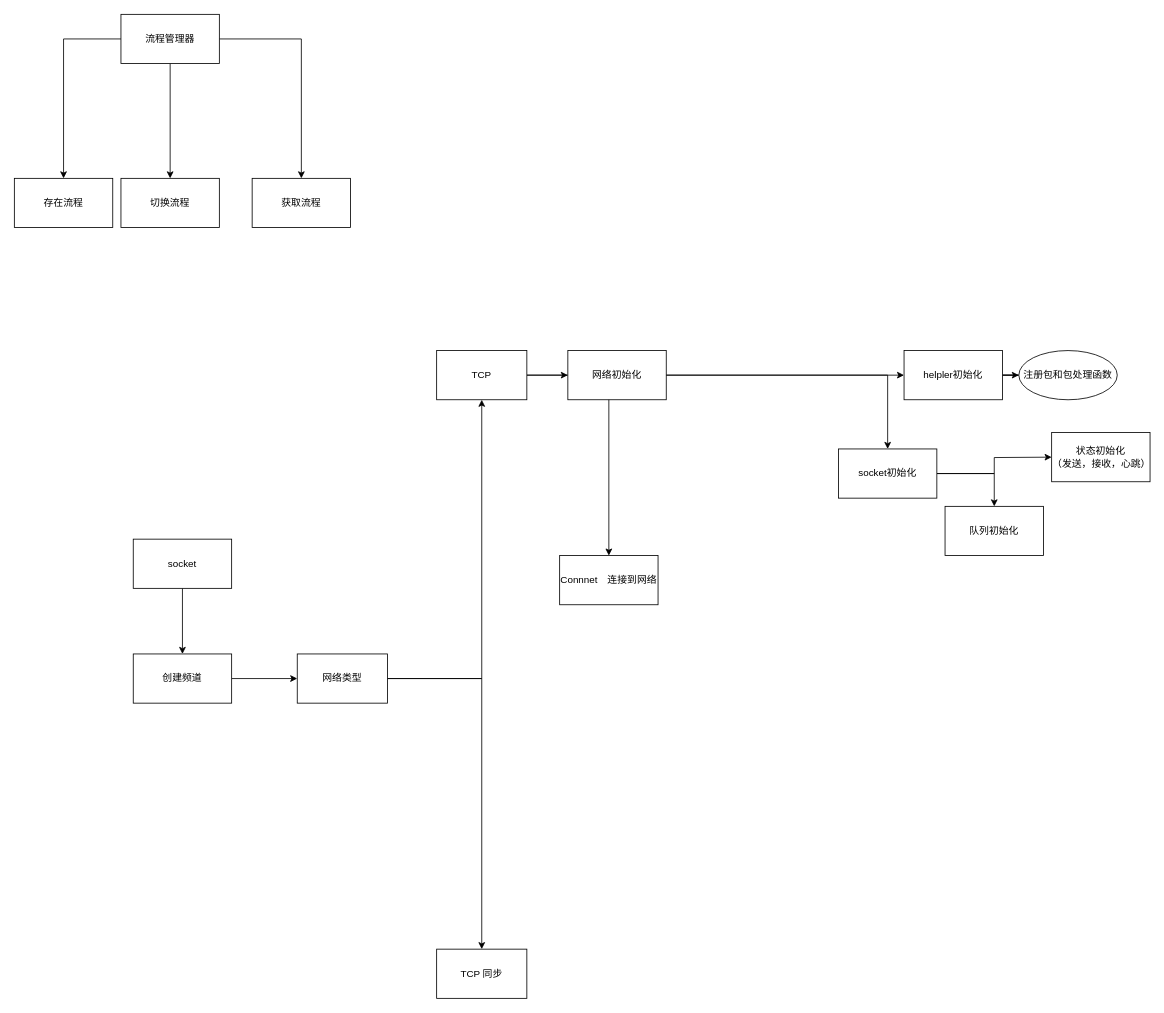
The draw.io diagram GameFramework/Untitled Diagram.drawio in xzp3094997376/DrawIO, before the edit. Source tidied: cells renumbered, new cells numbered last; positions are measured from the earlier drawing's top-left corner, leaving out a move shared by most shapes. Both pictures are drawn from the tidied source at 82%, with x=0, y=0 at pixel (14, 14).
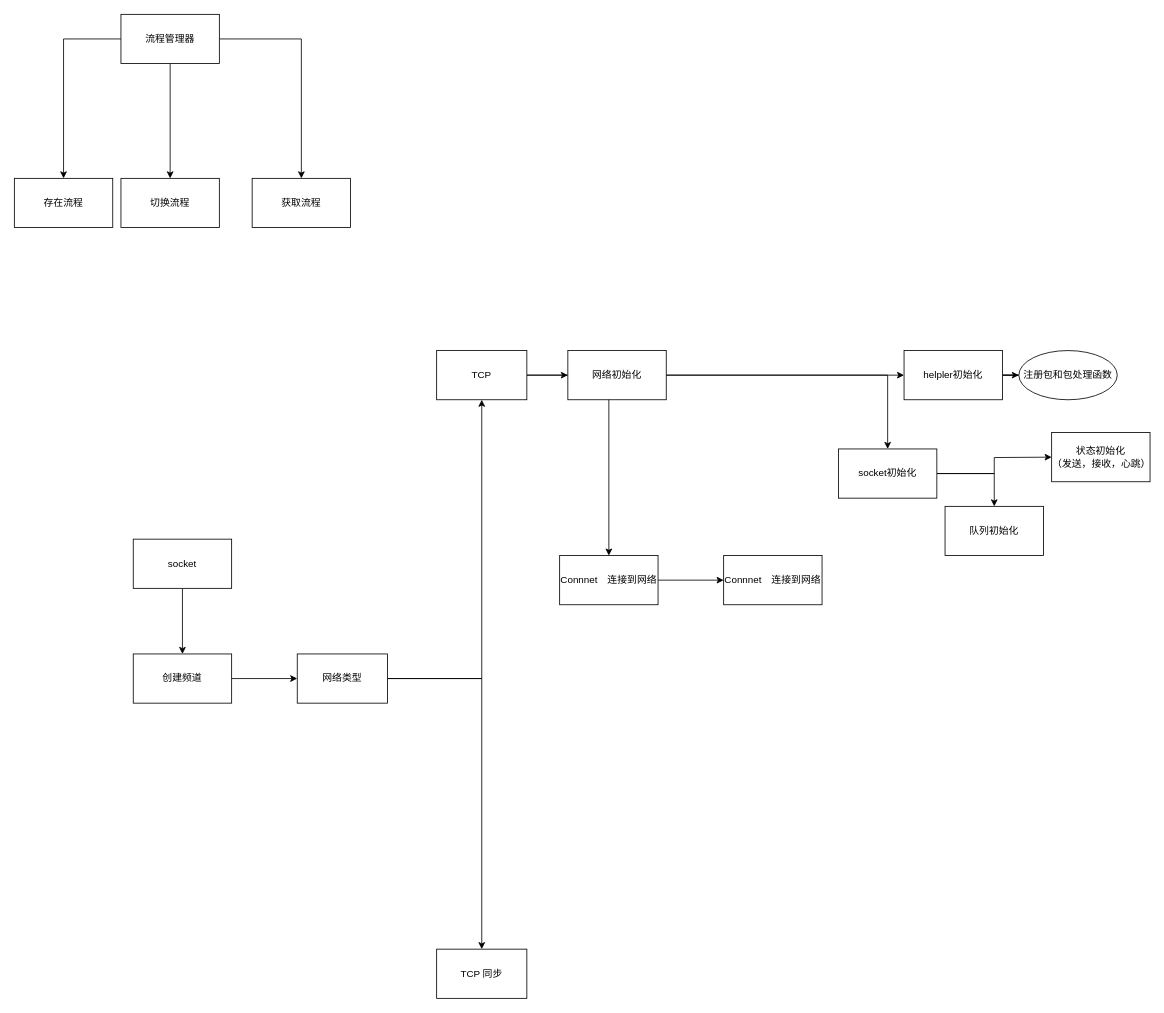
Above is the later version.

Commit message:
网络初始化.drawio

Unchanged cells that the change refers to:
```xml
<mxCell id="31" value="Connnet　连接到网络" style="whiteSpace=wrap;html=1;" parent="1" vertex="1">
  <mxGeometry x="665" y="660" width="120" height="60" as="geometry" />
</mxCell>
```

The edit, as a diff of the source:
```diff
@@
+    <mxCell id="32" style="edgeStyle=orthogonalEdgeStyle;rounded=0;jettySize=auto;html=1;" parent="1" edge="1" source="31" target="33">
+      <mxGeometry relative="1" as="geometry" />
+    </mxCell>
@@
+    <mxCell id="33" value="Connnet　连接到网络" style="whiteSpace=wrap;html=1;" parent="1" vertex="1">
+      <mxGeometry x="865" y="660" width="120" height="60" as="geometry" />
+    </mxCell>
```
